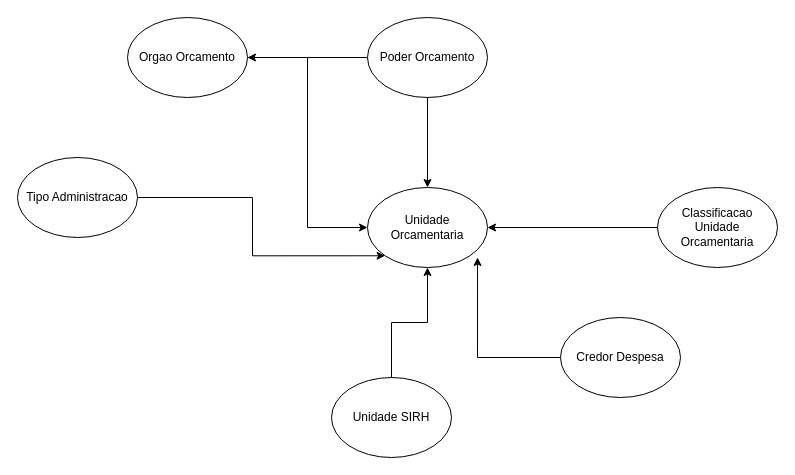
The draw.io diagram Diagrama sem nome.drawio in andreflik/-base-conhecimento-frontend, before the edit. Source tidied: cells renumbered, new cells numbered last; positions are measured from the earlier drawing's top-left corner, leaving out a move shared by most shapes. Both pictures are drawn from the tidied source at 100%, with x=0, y=0 at pixel (17, 17).
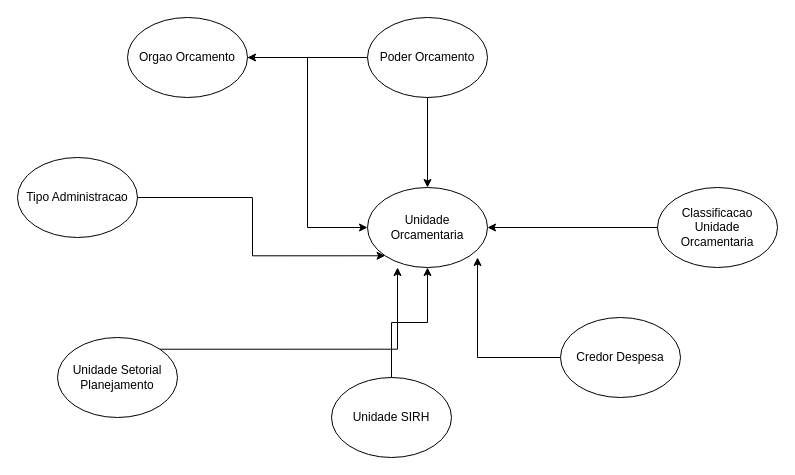
Above is the later version.

Commit message:
unidade_setorial_planej

Change to the diagram source:
```diff
@@
 <mxGraphModel>
   <root>
     <mxCell id="0" />
     <mxCell id="1" parent="0" />
     <mxCell id="2" style="edgeStyle=orthogonalEdgeStyle;rounded=0;jettySize=auto;html=1;entryX=0;entryY=0.5;entryDx=0;entryDy=0;" parent="1" edge="1" source="3" target="7">
       <mxGeometry relative="1" as="geometry" />
     </mxCell>
     <mxCell id="3" value="Orgao Orcamento" style="ellipse;whiteSpace=wrap;html=1;" parent="1" vertex="1">
       <mxGeometry x="110" width="120" height="80" as="geometry" />
     </mxCell>
     <mxCell id="4" style="edgeStyle=orthogonalEdgeStyle;rounded=0;jettySize=auto;html=1;" parent="1" edge="1" source="6" target="7">
       <mxGeometry relative="1" as="geometry" />
     </mxCell>
     <mxCell id="5" style="edgeStyle=orthogonalEdgeStyle;rounded=0;jettySize=auto;html=1;entryX=1;entryY=0.5;entryDx=0;entryDy=0;" parent="1" edge="1" source="6" target="3">
       <mxGeometry relative="1" as="geometry" />
     </mxCell>
     <mxCell id="6" value="Poder Orcamento" style="ellipse;whiteSpace=wrap;html=1;" parent="1" vertex="1">
       <mxGeometry x="350" width="120" height="80" as="geometry" />
     </mxCell>
     <mxCell id="7" value="Unidade Orcamentaria" style="ellipse;whiteSpace=wrap;html=1;" parent="1" vertex="1">
       <mxGeometry x="350" y="170" width="120" height="80" as="geometry" />
     </mxCell>
     <mxCell id="8" style="edgeStyle=orthogonalEdgeStyle;rounded=0;jettySize=auto;html=1;" parent="1" edge="1" source="9" target="7">
       <mxGeometry relative="1" as="geometry" />
     </mxCell>
     <mxCell id="9" value="Classificacao Unidade Orcamentaria" style="ellipse;whiteSpace=wrap;html=1;" parent="1" vertex="1">
       <mxGeometry x="640" y="170" width="120" height="80" as="geometry" />
     </mxCell>
     <mxCell id="10" style="edgeStyle=orthogonalEdgeStyle;rounded=0;jettySize=auto;html=1;entryX=0;entryY=1;entryDx=0;entryDy=0;" parent="1" edge="1" source="11" target="7">
       <mxGeometry relative="1" as="geometry" />
     </mxCell>
     <mxCell id="11" value="Tipo Administracao" style="ellipse;whiteSpace=wrap;html=1;" parent="1" vertex="1">
       <mxGeometry y="140" width="120" height="80" as="geometry" />
     </mxCell>
     <mxCell id="12" style="edgeStyle=orthogonalEdgeStyle;rounded=0;jettySize=auto;html=1;entryX=0.5;entryY=1;entryDx=0;entryDy=0;" parent="1" edge="1" source="13" target="7">
       <mxGeometry relative="1" as="geometry" />
     </mxCell>
     <mxCell id="13" value="Unidade SIRH" style="ellipse;whiteSpace=wrap;html=1;" parent="1" vertex="1">
       <mxGeometry x="314" y="360" width="120" height="80" as="geometry" />
     </mxCell>
     <mxCell id="14" style="edgeStyle=orthogonalEdgeStyle;rounded=0;jettySize=auto;html=1;entryX=0.917;entryY=0.875;entryDx=0;entryDy=0;entryPerimeter=0;" parent="1" edge="1" source="15" target="7">
       <mxGeometry relative="1" as="geometry" />
     </mxCell>
     <mxCell id="15" value="Credor Despesa" style="ellipse;whiteSpace=wrap;html=1;" parent="1" vertex="1">
       <mxGeometry x="543" y="300" width="120" height="80" as="geometry" />
     </mxCell>
+    <mxCell id="16" style="edgeStyle=orthogonalEdgeStyle;rounded=0;jettySize=auto;html=1;exitX=1;exitY=0;exitDx=0;exitDy=0;entryX=0.25;entryY=1;entryDx=0;entryDy=0;entryPerimeter=0;" parent="1" edge="1" source="17" target="7">
+      <mxGeometry relative="1" as="geometry" />
+    </mxCell>
+    <mxCell id="17" value="Unidade Setorial Planejamento" style="ellipse;whiteSpace=wrap;html=1;" parent="1" vertex="1">
+      <mxGeometry x="40" y="320" width="120" height="80" as="geometry" />
+    </mxCell>
   </root>
 </mxGraphModel>
```
